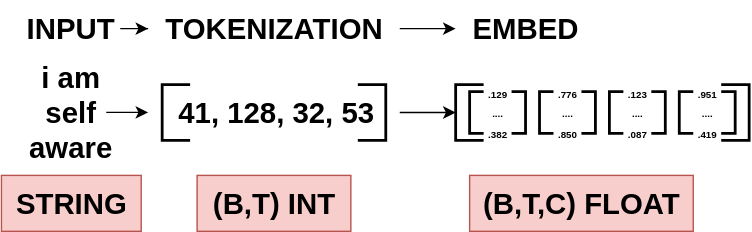
devs-atlas/atlas keeps this draw.io diagram as public/posts/vqgan/texttonumbers.svg. Above is the earlier version. Source tidied: cells renumbered, new cells last; positions are measured from the earlier drawing's top-left corner, leaving out a move shared by most shapes.
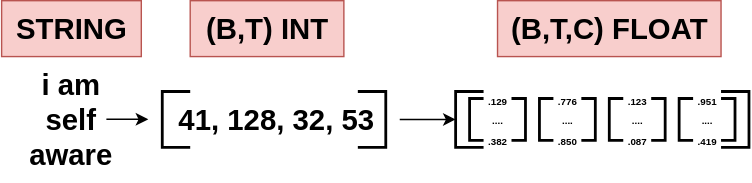
The same diagram one commit later.

Diff of the diagram source:
```diff
@@ -2,21 +2,9 @@
   <root>
     <mxCell id="0" />
     <mxCell id="1" parent="0" />
-    <mxCell id="2" style="edgeStyle=orthogonalEdgeStyle;rounded=0;jettySize=auto;html=1;" parent="1" edge="1" source="3" target="6">
-      <mxGeometry relative="1" as="geometry" />
-    </mxCell>
-    <mxCell id="3" value="&lt;b&gt;&lt;font style=&quot;font-size: 21px;&quot;&gt;INPUT&lt;/font&gt;&lt;/b&gt;" style="text;html=1;strokeColor=none;fillColor=none;align=center;verticalAlign=middle;whiteSpace=wrap;rounded=0;" parent="1" vertex="1">
-      <mxGeometry x="15" y="5" width="70" height="30" as="geometry" />
-    </mxCell>
     <mxCell id="4" value="&lt;span style=&quot;font-size: 21px;&quot;&gt;&lt;b&gt;i am self aware&lt;/b&gt;&lt;/span&gt;" style="text;html=1;strokeColor=none;fillColor=none;align=center;verticalAlign=middle;whiteSpace=wrap;rounded=0;" parent="1" vertex="1">
       <mxGeometry x="15" y="35" width="70" height="90" as="geometry" />
     </mxCell>
-    <mxCell id="5" style="edgeStyle=orthogonalEdgeStyle;rounded=0;jettySize=auto;html=1;" parent="1" edge="1" source="6" target="12">
-      <mxGeometry relative="1" as="geometry" />
-    </mxCell>
-    <mxCell id="6" value="&lt;b style=&quot;border-color: var(--border-color);&quot;&gt;&lt;font style=&quot;border-color: var(--border-color); font-size: 21px;&quot;&gt;TOKENIZATION&lt;/font&gt;&lt;/b&gt;" style="text;html=1;align=center;verticalAlign=middle;points=[];strokeColor=none;fillColor=none;" parent="1" vertex="1">
-      <mxGeometry x="105" width="180" height="40" as="geometry" />
-    </mxCell>
     <mxCell id="7" style="strokeWidth=2;html=1;shape=mxgraph.flowchart.annotation_1;align=left;" parent="1" vertex="1">
       <mxGeometry x="115" y="60" width="20" height="40" as="geometry" />
     </mxCell>
@@ -37,17 +25,14 @@
     <mxCell id="11" value="&lt;span style=&quot;font-size: 21px;&quot;&gt;&lt;b&gt;41, 128, 32, 53&lt;/b&gt;&lt;/span&gt;" style="text;html=1;strokeColor=none;fillColor=none;align=left;verticalAlign=middle;whiteSpace=wrap;rounded=0;" parent="1" vertex="1">
       <mxGeometry x="125" y="65" width="160" height="30" as="geometry" />
     </mxCell>
-    <mxCell id="12" value="&lt;b style=&quot;border-color: var(--border-color);&quot;&gt;&lt;font style=&quot;border-color: var(--border-color); font-size: 21px;&quot;&gt;EMBED&lt;/font&gt;&lt;/b&gt;" style="text;html=1;align=center;verticalAlign=middle;points=[];strokeColor=none;fillColor=none;" parent="1" vertex="1">
-      <mxGeometry x="325" width="100" height="40" as="geometry" />
-    </mxCell>
     <mxCell id="13" value="&lt;b style=&quot;border-color: var(--border-color);&quot;&gt;&lt;font style=&quot;border-color: var(--border-color); font-size: 21px;&quot;&gt;STRING&lt;/font&gt;&lt;/b&gt;" style="text;html=1;align=center;verticalAlign=middle;strokeColor=#b85450;fillColor=#f8cecc;" parent="1" vertex="1">
-      <mxGeometry y="125" width="100" height="40" as="geometry" />
+      <mxGeometry y="-5" width="100" height="40" as="geometry" />
     </mxCell>
     <mxCell id="14" value="&lt;span style=&quot;font-size: 21px;&quot;&gt;&lt;b&gt;(B,T) INT&lt;/b&gt;&lt;/span&gt;" style="text;html=1;align=center;verticalAlign=middle;strokeColor=#b85450;fillColor=#f8cecc;" parent="1" vertex="1">
-      <mxGeometry x="140" y="125" width="110" height="40" as="geometry" />
+      <mxGeometry x="135" y="-5" width="110" height="40" as="geometry" />
     </mxCell>
     <mxCell id="15" value="&lt;b style=&quot;border-color: var(--border-color);&quot;&gt;&lt;font style=&quot;border-color: var(--border-color); font-size: 21px;&quot;&gt;(B,T,C) FLOAT&lt;/font&gt;&lt;/b&gt;" style="text;html=1;align=center;verticalAlign=middle;strokeColor=#b85450;fillColor=#f8cecc;" parent="1" vertex="1">
-      <mxGeometry x="335" y="125" width="160" height="40" as="geometry" />
+      <mxGeometry x="355" y="-5" width="160" height="40" as="geometry" />
     </mxCell>
     <mxCell id="16" style="strokeWidth=2;html=1;shape=mxgraph.flowchart.annotation_1;align=left;direction=west;" parent="1" vertex="1">
       <mxGeometry x="515" y="60" width="20" height="40" as="geometry" />
```
